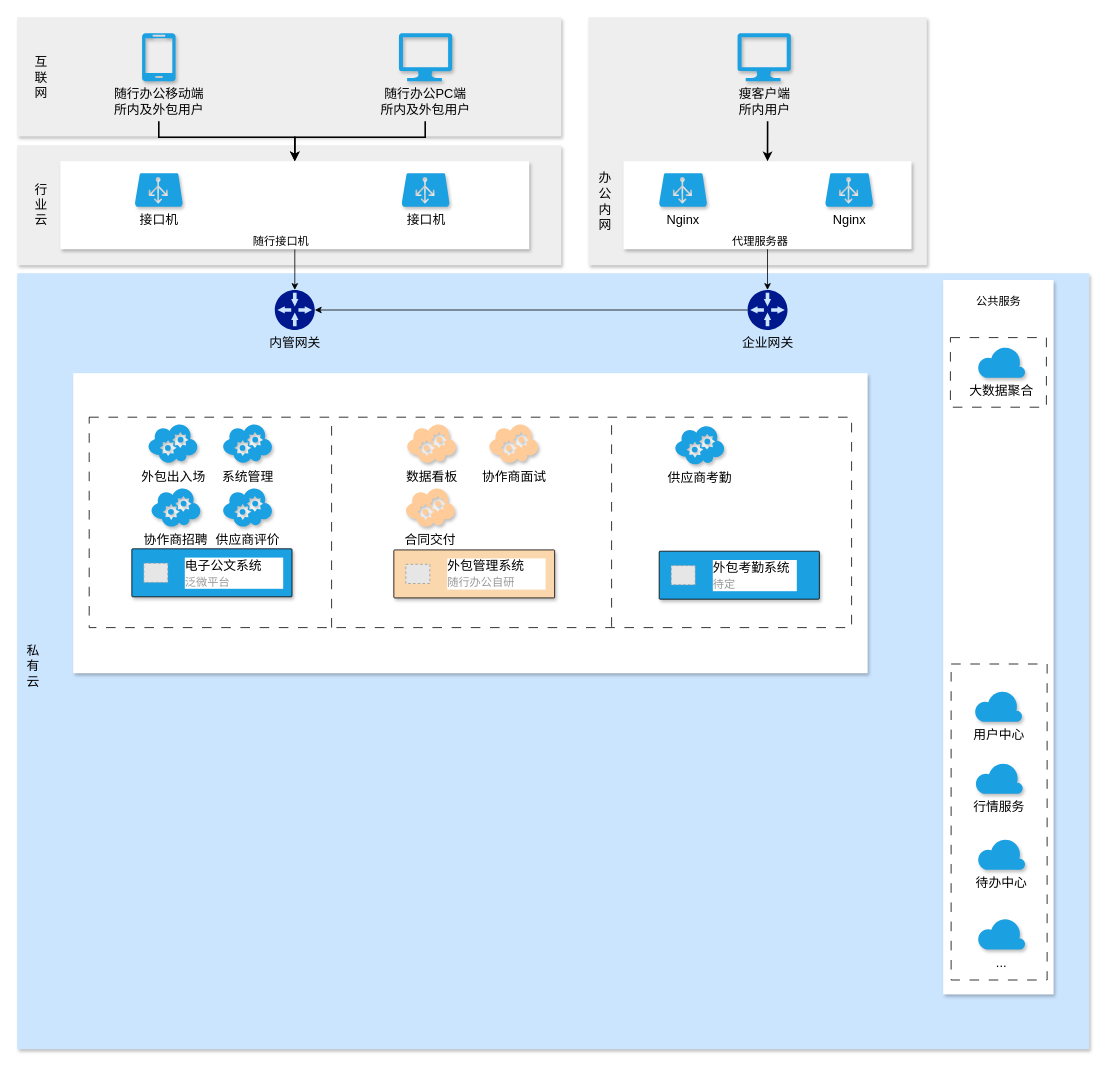
Earlier version of the draw.io diagram page "外包管理系统架构图" (14 of 22) of Untitled Diagram.drawio (shiki-mqp/PrivatePods). Source tidied: cells renumbered, new cells numbered last; positions are measured from the earlier drawing's top-left corner, leaving out a move shared by most shapes. Both pictures are drawn from the tidied source at 80%, with x=0, y=0 at pixel (17, 17). Pictures stored in the file or linked from it are replaced by grey dashed boxes.
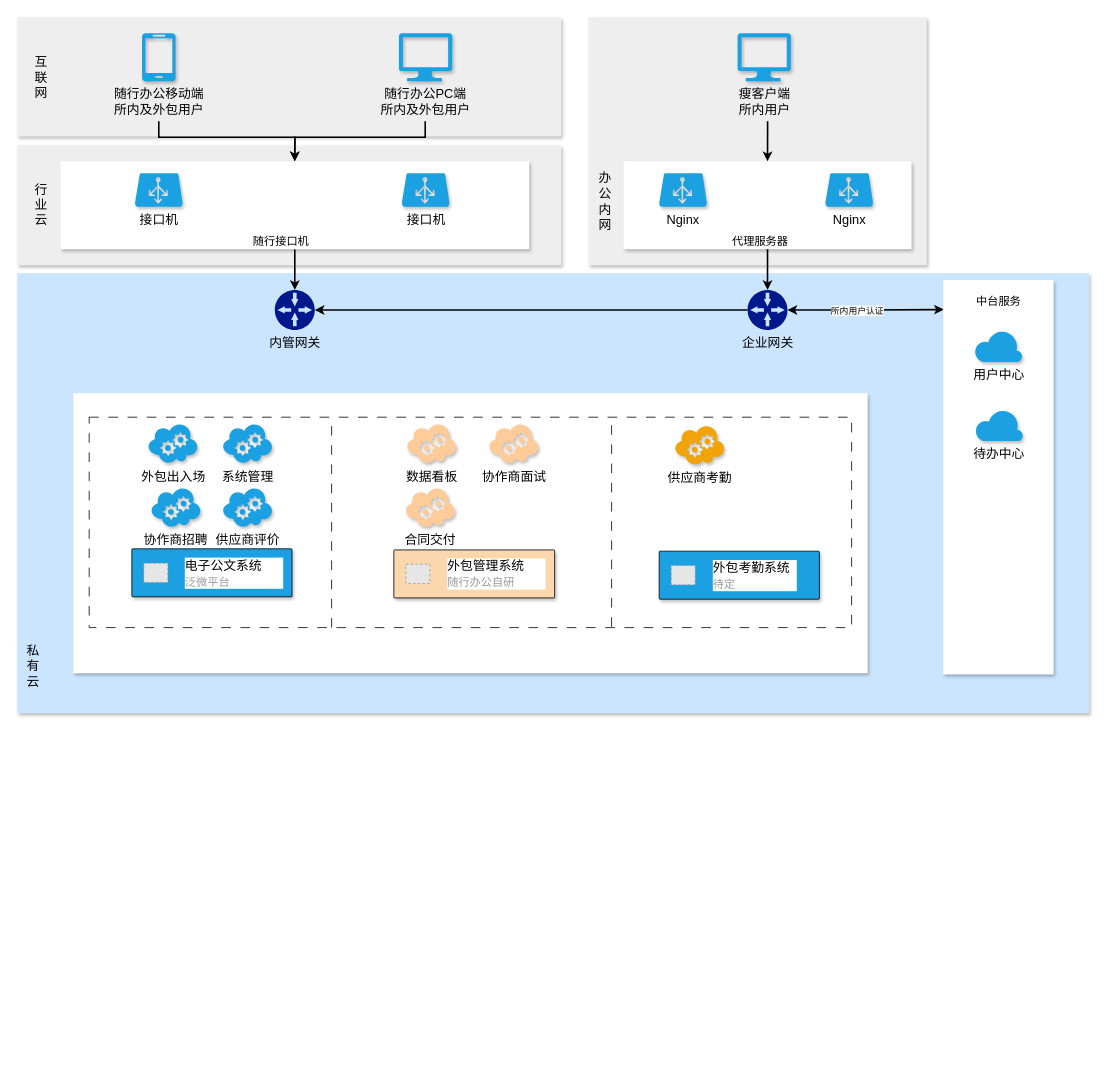
After the change.

The change refers to these unchanged cells:
```xml
<mxCell id="9" value="企业网关" style="sketch=0;shadow=0;dashed=0;html=1;strokeColor=none;labelPosition=center;verticalLabelPosition=bottom;verticalAlign=top;align=center;fillColor=#00188D;shape=mxgraph.mscae.enterprise.gateway;fontSize=16;" parent="1" vertex="1">
  <mxGeometry x="912.9" y="341" width="50" height="50" as="geometry" />
</mxCell>
<mxCell id="16" style="rounded=0;whiteSpace=wrap;html=1;shadow=1;strokeColor=none;" parent="15" vertex="1">
  <mxGeometry x="-2.1" width="360" height="110" as="geometry" />
</mxCell>
<mxCell id="23" style="rounded=0;whiteSpace=wrap;html=1;shadow=1;strokeColor=none;" parent="1" vertex="1">
  <mxGeometry x="54" y="180" width="586" height="110" as="geometry" />
</mxCell>
<mxCell id="27" value="内管网关" style="sketch=0;shadow=0;dashed=0;html=1;strokeColor=none;labelPosition=center;verticalLabelPosition=bottom;verticalAlign=top;align=center;fillColor=#00188D;shape=mxgraph.mscae.enterprise.gateway;fontSize=16;" parent="1" vertex="1">
  <mxGeometry x="322" y="341" width="50" height="50" as="geometry" />
</mxCell>
```

What changed in the source:
```diff
@@
     <mxCell id="5" style="rounded=0;whiteSpace=wrap;html=1;strokeColor=none;fillColor=#cce5ff;shadow=1;" parent="1" vertex="1">
-      <mxGeometry y="320" width="1340" height="970" as="geometry" />
+      <mxGeometry y="320" width="1340" height="550" as="geometry" />
     </mxCell>
@@
-    <mxCell id="8" style="edgeStyle=orthogonalEdgeStyle;rounded=0;jettySize=auto;html=1;entryX=1;entryY=0.5;entryDx=0;entryDy=0;entryPerimeter=0;" parent="1" edge="1" source="9" target="27">
+    <mxCell id="8" style="edgeStyle=orthogonalEdgeStyle;rounded=0;jettySize=auto;html=1;entryX=1;entryY=0.5;entryDx=0;entryDy=0;entryPerimeter=0;strokeWidth=2;" parent="1" edge="1" source="9" target="27">
       <mxGeometry relative="1" as="geometry" />
     </mxCell>
+    <mxCell id="60" style="edgeStyle=orthogonalEdgeStyle;rounded=0;jettySize=auto;html=1;entryX=0.925;entryY=0.006;entryDx=0;entryDy=0;entryPerimeter=0;startArrow=classic;startFill=1;strokeWidth=2;" parent="1" edge="1" source="9" target="46">
+      <mxGeometry relative="1" as="geometry" />
+    </mxCell>
+    <mxCell id="61" value="所内用户认证" style="edgeLabel;html=1;align=center;verticalAlign=middle;" parent="60" vertex="1">
+      <mxGeometry x="-0.11" relative="1" as="geometry" />
+    </mxCell>
@@
-    <mxCell id="22" style="edgeStyle=orthogonalEdgeStyle;rounded=0;jettySize=auto;html=1;" parent="1" edge="1" source="23" target="27">
+    <mxCell id="22" style="edgeStyle=orthogonalEdgeStyle;rounded=0;jettySize=auto;html=1;strokeWidth=2;" parent="1" edge="1" source="23" target="27">
       <mxGeometry relative="1" as="geometry" />
     </mxCell>
@@
     <mxCell id="28" style="rounded=0;whiteSpace=wrap;html=1;shadow=1;strokeColor=none;" parent="1" vertex="1">
-      <mxGeometry x="70" y="445" width="993" height="375" as="geometry" />
+      <mxGeometry x="70" y="470" width="993" height="350" as="geometry" />
     </mxCell>
@@
-    <mxCell id="33" value="供应商考勤" style="verticalLabelPosition=bottom;html=1;verticalAlign=top;align=center;strokeColor=none;fillColor=#1ba1e2;shape=mxgraph.azure.cloud_service;shadow=1;dashed=1;strokeWidth=1;fontSize=16;fontColor=#000000;labelBackgroundColor=none;" parent="1" vertex="1">
+    <mxCell id="33" value="供应商考勤" style="verticalLabelPosition=bottom;html=1;verticalAlign=top;align=center;strokeColor=none;fillColor=#f0a30a;shape=mxgraph.azure.cloud_service;shadow=1;dashed=1;strokeWidth=1;fontSize=16;fontColor=#000000;labelBackgroundColor=none;fontFamily=Helvetica;" parent="1" vertex="1">
       <mxGeometry x="821.8" y="509.6" width="62.5" height="50" as="geometry" />
     </mxCell>
@@
-    <mxCell id="45" style="edgeStyle=orthogonalEdgeStyle;rounded=0;jettySize=auto;html=1;" parent="1" edge="1" source="16" target="9">
+    <mxCell id="45" style="edgeStyle=orthogonalEdgeStyle;rounded=0;jettySize=auto;html=1;strokeWidth=2;" parent="1" edge="1" source="16" target="9">
       <mxGeometry relative="1" as="geometry" />
     </mxCell>
     <mxCell id="46" style="rounded=0;whiteSpace=wrap;html=1;shadow=1;strokeColor=none;rotation=-90;" parent="1" vertex="1">
-      <mxGeometry x="780" y="706" width="893" height="138" as="geometry" />
+      <mxGeometry x="980" y="506" width="493" height="138" as="geometry" />
     </mxCell>
-    <mxCell id="47" value="&lt;span style=&quot;font-size: 14px;&quot;&gt;公共服务&lt;/span&gt;" style="rounded=0;whiteSpace=wrap;html=1;shadow=0;fillColor=none;strokeColor=none;" parent="1" vertex="1">
+    <mxCell id="47" value="&lt;span style=&quot;font-size: 14px;&quot;&gt;中台服务&lt;/span&gt;" style="rounded=0;whiteSpace=wrap;html=1;shadow=0;fillColor=none;strokeColor=none;" parent="1" vertex="1">
       <mxGeometry x="1188.6" y="341" width="75.8" height="27.9" as="geometry" />
     </mxCell>
-    <mxCell id="48" style="rounded=0;whiteSpace=wrap;html=1;shadow=0;dashed=1;dashPattern=12 12;" parent="1" vertex="1">
-      <mxGeometry x="1167.4" y="808.5" width="120" height="395" as="geometry" />
-    </mxCell>
-    <mxCell id="49" value="..." style="verticalLabelPosition=bottom;html=1;verticalAlign=top;align=center;strokeColor=none;fillColor=#1ba1e2;shape=mxgraph.azure.cloud;shadow=1;dashed=1;labelBackgroundColor=none;strokeWidth=1;fontSize=16;fontColor=#000000;" parent="1" vertex="1">
-      <mxGeometry x="1200.4" y="1125.5" width="59.8" height="40" as="geometry" />
-    </mxCell>
     <mxCell id="50" value="待办中心" style="verticalLabelPosition=bottom;html=1;verticalAlign=top;align=center;strokeColor=none;fillColor=#1ba1e2;shape=mxgraph.azure.cloud;shadow=1;dashed=1;labelBackgroundColor=none;strokeWidth=1;fontSize=16;fontColor=#000000;" parent="1" vertex="1">
-      <mxGeometry x="1200.4" y="1025.9" width="59.8" height="40" as="geometry" />
+      <mxGeometry x="1197.5" y="490" width="59.8" height="40" as="geometry" />
     </mxCell>
     <mxCell id="51" value="用户中心" style="verticalLabelPosition=bottom;html=1;verticalAlign=top;align=center;strokeColor=none;fillColor=#1ba1e2;shape=mxgraph.azure.cloud;shadow=1;dashed=1;labelBackgroundColor=none;strokeWidth=1;fontSize=16;fontColor=#000000;" parent="1" vertex="1">
-      <mxGeometry x="1196.6" y="840.9" width="59.8" height="40" as="geometry" />
+      <mxGeometry x="1196.6" y="391" width="59.8" height="40" as="geometry" />
     </mxCell>
-    <mxCell id="52" value="行情服务" style="verticalLabelPosition=bottom;html=1;verticalAlign=top;align=center;strokeColor=none;fillColor=#1ba1e2;shape=mxgraph.azure.cloud;shadow=1;dashed=1;labelBackgroundColor=none;strokeWidth=1;fontSize=16;fontColor=#000000;" parent="1" vertex="1">
-      <mxGeometry x="1197.5" y="930.9" width="59.8" height="40" as="geometry" />
-    </mxCell>
-    <mxCell id="53" style="rounded=0;whiteSpace=wrap;html=1;shadow=0;dashed=1;dashPattern=12 12;" parent="1" vertex="1">
-      <mxGeometry x="1166.5" y="400.5" width="120" height="87" as="geometry" />
-    </mxCell>
-    <mxCell id="54" value="大数据聚合" style="verticalLabelPosition=bottom;html=1;verticalAlign=top;align=center;strokeColor=none;fillColor=#1ba1e2;shape=mxgraph.azure.cloud;shadow=1;dashed=1;labelBackgroundColor=none;strokeWidth=1;fontSize=16;fontColor=#000000;" parent="1" vertex="1">
-      <mxGeometry x="1200.4" y="410.9" width="59.8" height="40" as="geometry" />
-    </mxCell>
```
